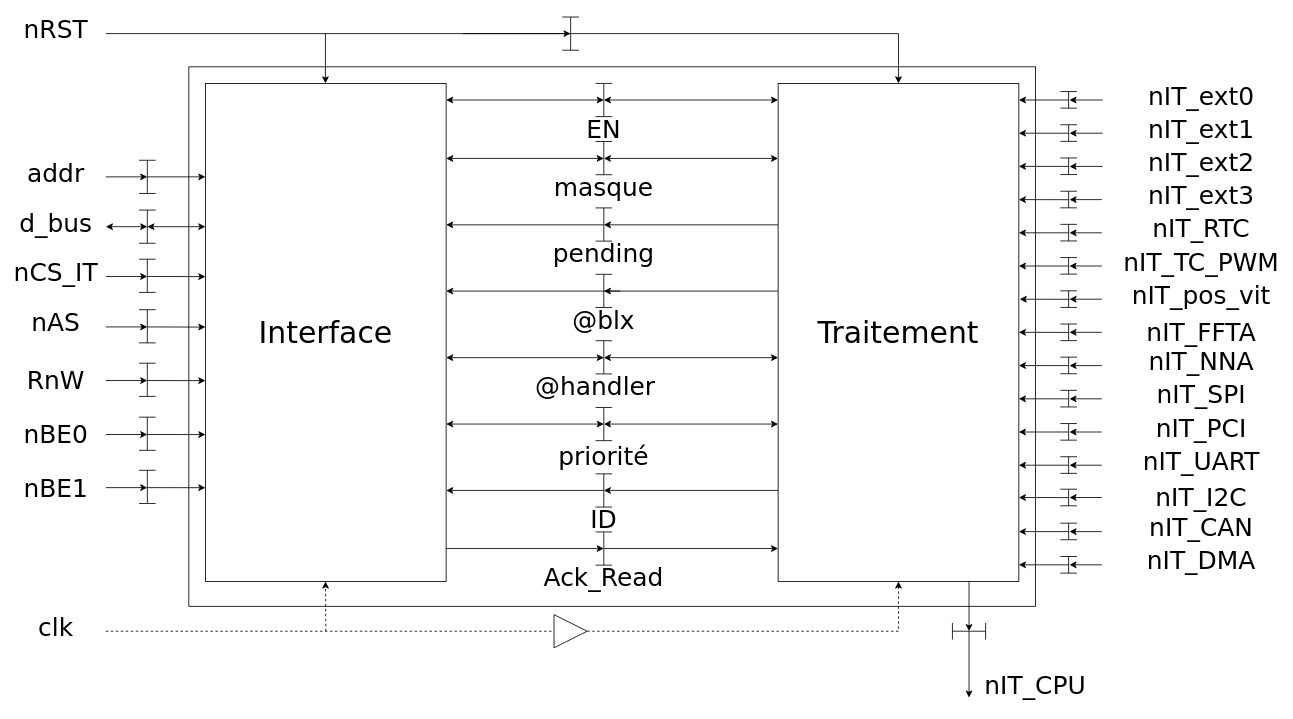
FromagePatin/controller_IT keeps this draw.io diagram as report/drawio/decomposition_fonctionnelle.drawio. Above is the earlier version. Source tidied: cells renumbered, new cells numbered last; positions are measured from the earlier drawing's top-left corner, leaving out a move shared by most shapes. Both pictures are drawn from the tidied source at 83%, with x=0, y=0 at pixel (31, 17).
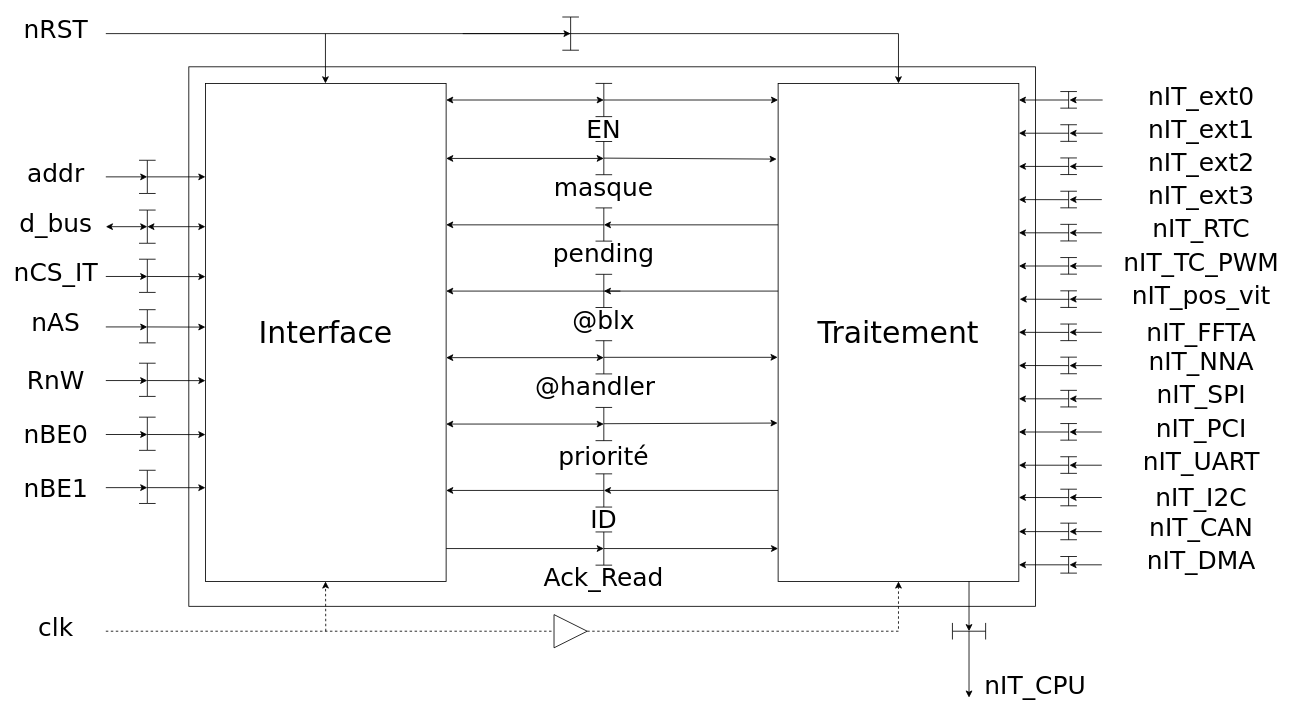
Above is the later version.

The change refers to these unchanged cells:
```xml
<mxCell id="32" value="&lt;font style=&quot;font-size: 36px;&quot; face=&quot;Verdana&quot;&gt;Traitement&lt;/font&gt;" style="rounded=0;whiteSpace=wrap;html=1;" parent="1" vertex="1">
  <mxGeometry x="900" y="80" width="290" height="600" as="geometry" />
</mxCell>
```

Change to the diagram source:
```diff
@@
-    <mxCell id="189" style="endArrow=classic;startArrow=classic;html=1;rounded=0;fontFamily=Verdana;fontSize=36;fillColor=#FFFFFF;" parent="1" edge="1">
-      <mxGeometry relative="1" as="geometry">
-        <mxPoint x="690" y="100" as="sourcePoint" />
-        <mxPoint x="900" y="100" as="targetPoint" />
-      </mxGeometry>
-    </mxCell>
@@
-    <mxCell id="192" style="endArrow=classic;startArrow=classic;html=1;rounded=0;fontFamily=Verdana;fontSize=36;fillColor=#FFFFFF;" parent="1" edge="1">
-      <mxGeometry relative="1" as="geometry">
-        <mxPoint x="690" y="170.4" as="sourcePoint" />
-        <mxPoint x="900" y="170.4" as="targetPoint" />
-      </mxGeometry>
-    </mxCell>
-    <mxCell id="193" style="endArrow=classic;startArrow=classic;html=1;rounded=0;fontFamily=Verdana;fontSize=36;fillColor=#FFFFFF;" parent="1" edge="1">
-      <mxGeometry relative="1" as="geometry">
-        <mxPoint x="690" y="410.4" as="sourcePoint" />
-        <mxPoint x="900" y="410.4" as="targetPoint" />
-      </mxGeometry>
-    </mxCell>
@@
-    <mxCell id="196" style="endArrow=classic;startArrow=classic;html=1;rounded=0;fontFamily=Verdana;fontSize=36;fillColor=#FFFFFF;" parent="1" edge="1">
-      <mxGeometry relative="1" as="geometry">
-        <mxPoint x="690" y="490.4" as="sourcePoint" />
-        <mxPoint x="900" y="490.4" as="targetPoint" />
-      </mxGeometry>
-    </mxCell>
@@
+    <mxCell id="203" style="endArrow=classic;html=1;rounded=0;entryX=-0.002;entryY=0.55;entryDx=0;entryDy=0;entryPerimeter=0;" parent="1" edge="1" target="32">
+      <mxGeometry relative="1" as="geometry">
+        <mxPoint x="690" y="410" as="sourcePoint" />
+      </mxGeometry>
+    </mxCell>
+    <mxCell id="204" style="endArrow=classic;html=1;rounded=0;entryX=-0.002;entryY=0.682;entryDx=0;entryDy=0;entryPerimeter=0;" parent="1" edge="1" target="32">
+      <mxGeometry relative="1" as="geometry">
+        <mxPoint x="690" y="490" as="sourcePoint" />
+      </mxGeometry>
+    </mxCell>
+    <mxCell id="205" style="endArrow=classic;html=1;rounded=0;" parent="1" edge="1">
+      <mxGeometry relative="1" as="geometry">
+        <mxPoint x="690" y="100" as="sourcePoint" />
+        <mxPoint x="900" y="100" as="targetPoint" />
+      </mxGeometry>
+    </mxCell>
+    <mxCell id="206" style="endArrow=classic;html=1;rounded=0;entryX=-0.006;entryY=0.152;entryDx=0;entryDy=0;entryPerimeter=0;" parent="1" edge="1" target="32">
+      <mxGeometry relative="1" as="geometry">
+        <mxPoint x="690" y="170" as="sourcePoint" />
+      </mxGeometry>
+    </mxCell>
```
